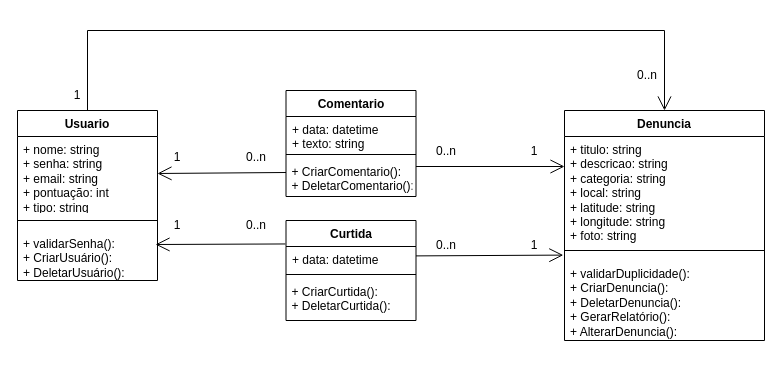
This is Documentação/Diagramas/Diagrama de Classes.drawio from frsouzaa/Documentacao-TCC-NossaVia, a draw.io file, before an edit. Source tidied: cells renumbered, new cells numbered last; positions are measured from the earlier drawing's top-left corner, leaving out a move shared by most shapes. Both pictures are drawn from the tidied source at 100%, with x=0, y=0 at pixel (17, 30).
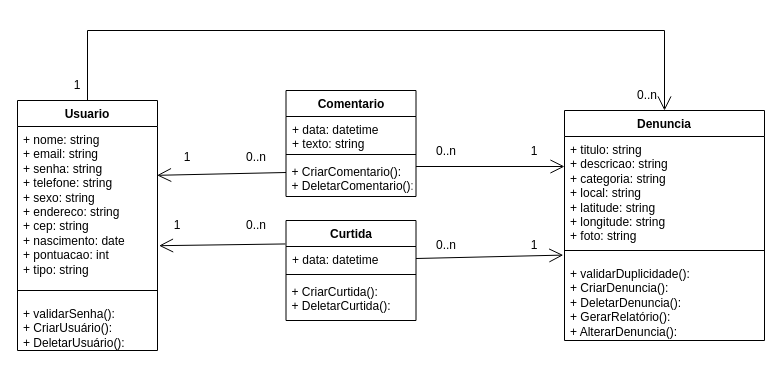
After the change.

Commit message:
ajustes nos atribustos do usuario no diagrama de classes

The change refers to these unchanged cells:
```xml
<mxCell id="17" value="+ data: datetime" style="text;strokeColor=none;fillColor=none;align=left;verticalAlign=top;spacingLeft=4;spacingRight=4;overflow=hidden;points=[[0,0.5],[1,0.5]];portConstraint=eastwest;whiteSpace=wrap;html=1;" parent="16" vertex="1">
  <mxGeometry y="26" width="130" height="24" as="geometry" />
</mxCell>
<mxCell id="21" value="0..n" style="text;html=1;align=center;verticalAlign=middle;whiteSpace=wrap;rounded=0;" parent="1" vertex="1">
  <mxGeometry x="208.5" y="112" width="60" height="30" as="geometry" />
</mxCell>
```

What changed in the source:
```diff
@@
     <mxCell id="2" value="Usuario" style="swimlane;fontStyle=1;align=center;verticalAlign=top;horizontal=1;startSize=26;whiteSpace=wrap;html=1;" parent="1" vertex="1">
-      <mxGeometry y="80" width="140" height="170" as="geometry" />
+      <mxGeometry y="70" width="140" height="250" as="geometry" />
     </mxCell>
-    <mxCell id="3" value="+ nome: string&lt;div&gt;+ senha: string&lt;div&gt;+ email: string&lt;/div&gt;&lt;div&gt;+ pontuação: int&lt;/div&gt;&lt;div&gt;+ tipo: string&lt;/div&gt;&lt;div&gt;&lt;br&gt;&lt;div&gt;&lt;br&gt;&lt;/div&gt;&lt;/div&gt;&lt;/div&gt;" style="text;strokeColor=none;fillColor=none;align=left;verticalAlign=top;spacingLeft=4;spacingRight=4;overflow=hidden;points=[[0,0.5],[1,0.5]];portConstraint=eastwest;whiteSpace=wrap;html=1;" parent="2" vertex="1">
-      <mxGeometry y="26" width="140" height="74" as="geometry" />
+    <mxCell id="3" value="+ nome: string&lt;div&gt;+ email: string&lt;div&gt;+ senha: string&lt;/div&gt;&lt;div&gt;+ telefone: string&lt;/div&gt;&lt;div&gt;+ sexo: string&lt;/div&gt;&lt;div&gt;&lt;div&gt;+ endereco: string&lt;/div&gt;&lt;div&gt;+ cep: string&lt;/div&gt;&lt;div&gt;+ nascimento: date&lt;/div&gt;&lt;div&gt;+ pontuacao: int&lt;/div&gt;&lt;div&gt;+ tipo&lt;span style=&quot;background-color: initial;&quot;&gt;: string&amp;nbsp;&lt;/span&gt;&lt;/div&gt;&lt;/div&gt;&lt;/div&gt;" style="text;strokeColor=none;fillColor=none;align=left;verticalAlign=top;spacingLeft=4;spacingRight=4;overflow=hidden;points=[[0,0.5],[1,0.5]];portConstraint=eastwest;whiteSpace=wrap;html=1;" parent="2" vertex="1">
+      <mxGeometry y="26" width="140" height="154" as="geometry" />
     </mxCell>
     <mxCell id="4" style="line;strokeWidth=1;fillColor=none;align=left;verticalAlign=middle;spacingTop=-1;spacingLeft=3;spacingRight=3;labelPosition=right;strokeColor=inherit;" parent="2" vertex="1">
-      <mxGeometry y="100" width="140" height="20" as="geometry" />
+      <mxGeometry y="180" width="140" height="20" as="geometry" />
     </mxCell>
     <mxCell id="5" value="&lt;div&gt;&lt;div&gt;+ validarSenha():&lt;/div&gt;&lt;/div&gt;&lt;div&gt;&lt;span style=&quot;background-color: initial;&quot;&gt;+ CriarUsuário():&amp;nbsp;&lt;/span&gt;&lt;br&gt;&lt;/div&gt;&lt;div&gt;+ DeletarUsuário():&amp;nbsp;&lt;span style=&quot;background-color: initial;&quot;&gt;&lt;br&gt;&lt;/span&gt;&lt;/div&gt;" style="text;strokeColor=none;fillColor=none;align=left;verticalAlign=top;spacingLeft=4;spacingRight=4;overflow=hidden;points=[[0,0.5],[1,0.5]];portConstraint=eastwest;whiteSpace=wrap;html=1;" parent="2" vertex="1">
-      <mxGeometry y="120" width="140" height="50" as="geometry" />
+      <mxGeometry y="200" width="140" height="50" as="geometry" />
     </mxCell>
@@
     <mxCell id="22" value="1" style="text;html=1;align=center;verticalAlign=middle;whiteSpace=wrap;rounded=0;" parent="1" vertex="1">
-      <mxGeometry x="130" y="112" width="60" height="30" as="geometry" />
+      <mxGeometry x="140" y="112" width="60" height="30" as="geometry" />
     </mxCell>
@@
     <mxCell id="26" value="0..n" style="text;html=1;align=center;verticalAlign=middle;whiteSpace=wrap;rounded=0;" parent="1" vertex="1">
-      <mxGeometry x="600" y="30" width="60" height="30" as="geometry" />
+      <mxGeometry x="600" y="50" width="60" height="30" as="geometry" />
     </mxCell>
     <mxCell id="27" value="1" style="text;html=1;align=center;verticalAlign=middle;whiteSpace=wrap;rounded=0;" parent="1" vertex="1">
-      <mxGeometry x="30" y="50" width="60" height="30" as="geometry" />
+      <mxGeometry x="30" y="40" width="60" height="30" as="geometry" />
     </mxCell>
-    <mxCell id="28" style="endArrow=open;endFill=1;endSize=12;html=1;rounded=0;entryX=-0.006;entryY=0.107;entryDx=0;entryDy=0;exitX=0;exitY=0.5;exitDx=0;exitDy=0;entryPerimeter=0;" parent="1" edge="1">
+    <mxCell id="28" style="endArrow=open;endFill=1;endSize=12;html=1;rounded=0;entryX=-0.006;entryY=0.107;entryDx=0;entryDy=0;entryPerimeter=0;exitX=1;exitY=0.5;exitDx=0;exitDy=0;" parent="1" edge="1" source="17">
       <mxGeometry relative="1" as="geometry">
-        <mxPoint x="398.5" y="225.4" as="sourcePoint" />
         <mxPoint x="545.8" y="224.6" as="targetPoint" />
       </mxGeometry>
     </mxCell>
@@
-    <mxCell id="30" style="endArrow=open;endFill=1;endSize=12;html=1;rounded=0;entryX=0.986;entryY=0.28;entryDx=0;entryDy=0;exitX=-0.005;exitY=-0.106;exitDx=0;exitDy=0;exitPerimeter=0;entryPerimeter=0;" parent="1" edge="1" source="17" target="5">
+    <mxCell id="30" style="endArrow=open;endFill=1;endSize=12;html=1;rounded=0;entryX=1.011;entryY=0.774;entryDx=0;entryDy=0;exitX=-0.005;exitY=-0.106;exitDx=0;exitDy=0;exitPerimeter=0;entryPerimeter=0;" parent="1" edge="1" source="17" target="3">
       <mxGeometry relative="1" as="geometry" />
     </mxCell>
-    <mxCell id="31" style="endArrow=open;endFill=1;endSize=12;html=1;rounded=0;entryX=1;entryY=0.5;entryDx=0;entryDy=0;exitX=1;exitY=1;exitDx=0;exitDy=0;" parent="1" edge="1" source="21" target="3">
+    <mxCell id="31" style="endArrow=open;endFill=1;endSize=12;html=1;rounded=0;exitX=1;exitY=1;exitDx=0;exitDy=0;entryX=0.997;entryY=0.317;entryDx=0;entryDy=0;entryPerimeter=0;" parent="1" edge="1" source="21" target="3">
       <mxGeometry relative="1" as="geometry" />
     </mxCell>
```
